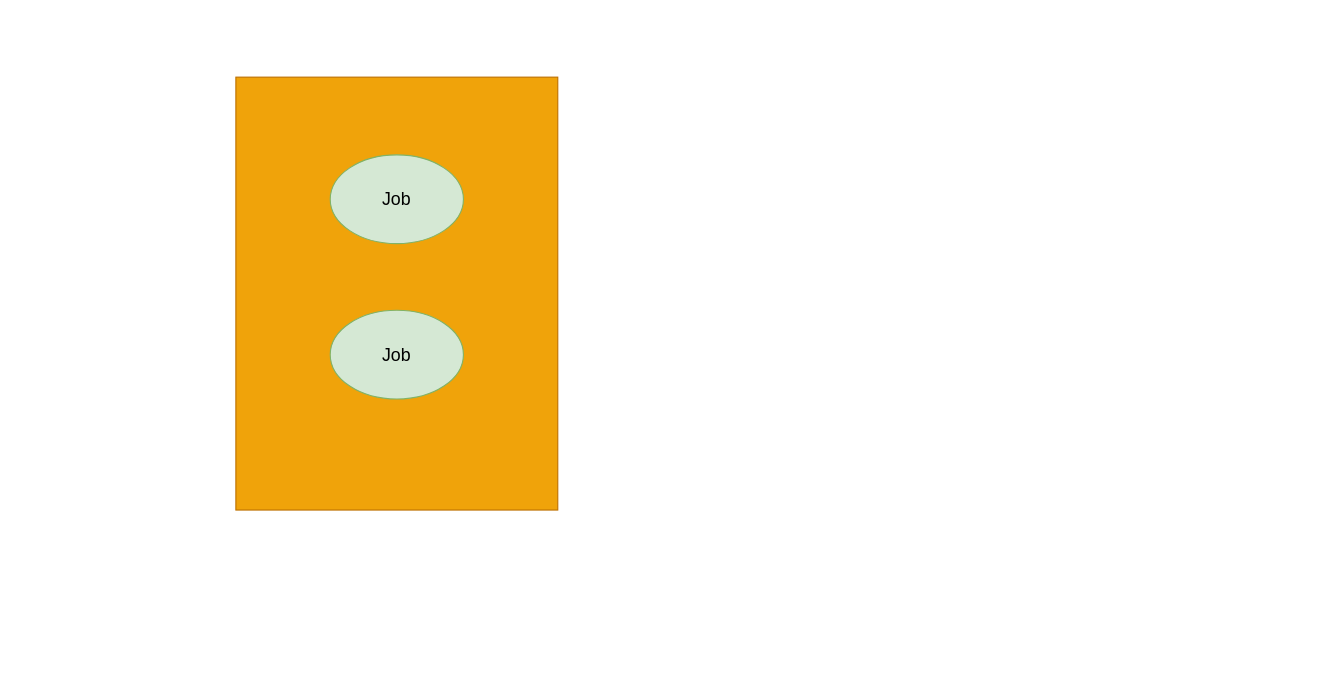
Earlier version of the draw.io diagram 大小平台.drawio (ChengziMao/diagrams). Source tidied: cells renumbered, new cells numbered last; positions are measured from the earlier drawing's top-left corner, leaving out a move shared by most shapes. Both pictures are drawn from the tidied source at 111%, with x=0, y=0 at pixel (235, 77).
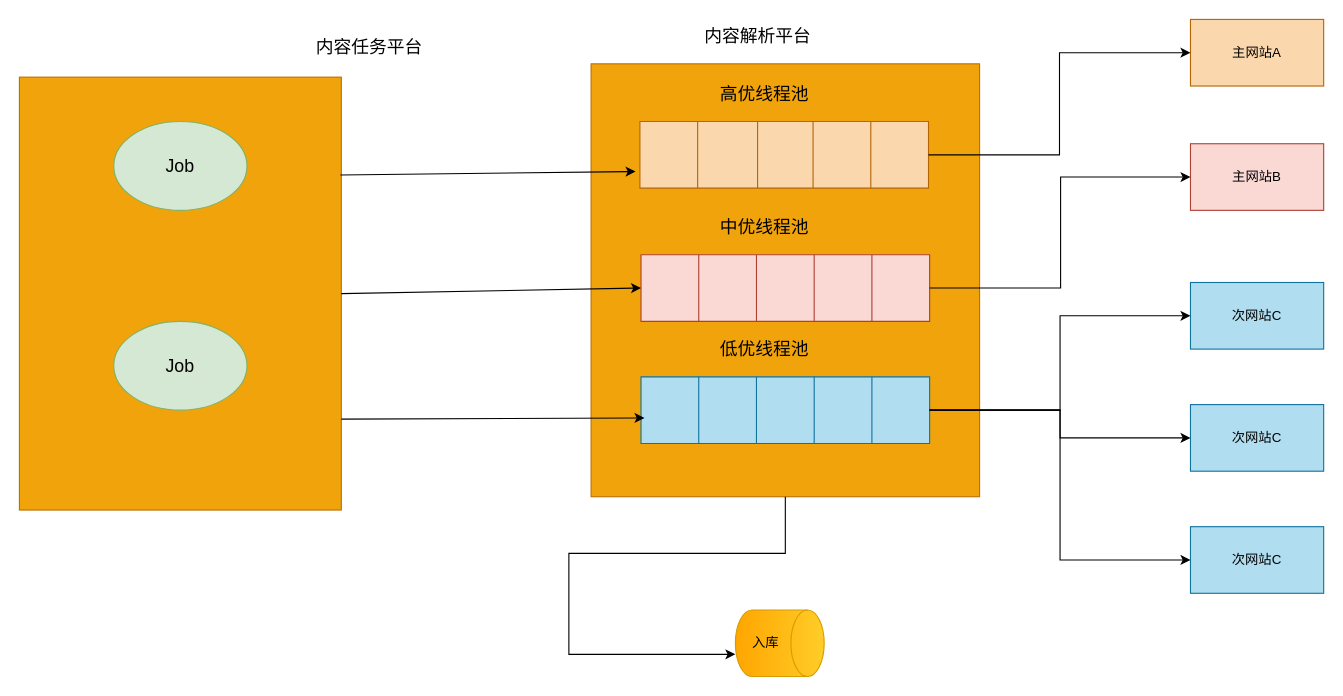
Above is the later version.

Commit message (it also covers changes not shown here):
更新大小平台.drawio

The edit, as a diff of the source:
```diff
@@
     <mxCell id="2" style="whiteSpace=wrap;html=1;fillColor=#f0a30a;fontColor=#000000;strokeColor=#BD7000;" parent="1" vertex="1">
-      <mxGeometry width="290" height="390" as="geometry" />
+      <mxGeometry x="-195" width="290" height="390" as="geometry" />
     </mxCell>
     <mxCell id="3" value="Job" style="ellipse;whiteSpace=wrap;html=1;fillColor=#d5e8d4;strokeColor=#82b366;fontSize=16;" parent="1" vertex="1">
-      <mxGeometry x="85" y="70" width="120" height="80" as="geometry" />
+      <mxGeometry x="-110" y="40" width="120" height="80" as="geometry" />
     </mxCell>
     <mxCell id="4" value="Job" style="ellipse;whiteSpace=wrap;html=1;fillColor=#d5e8d4;strokeColor=#82b366;fontSize=16;" parent="1" vertex="1">
-      <mxGeometry x="85" y="210" width="120" height="80" as="geometry" />
+      <mxGeometry x="-110" y="220" width="120" height="80" as="geometry" />
     </mxCell>
+    <mxCell id="5" style="whiteSpace=wrap;html=1;fillColor=#f0a30a;fontColor=#000000;strokeColor=#BD7000;" parent="1" vertex="1">
+      <mxGeometry x="320" y="-12" width="350" height="390" as="geometry" />
+    </mxCell>
+    <mxCell id="6" style="shape=table;startSize=0;childLayout=tableLayout;fontSize=16;fillColor=#fad7ac;strokeColor=#b46504;" parent="1" vertex="1">
+      <mxGeometry x="364" y="40" width="260" height="60" as="geometry" />
+    </mxCell>
+    <mxCell id="7" style="shape=tableRow;horizontal=0;startSize=0;swimlaneHead=0;swimlaneBody=0;strokeColor=inherit;top=0;left=0;bottom=0;right=0;fillColor=none;points=[[0,0.5],[1,0.5]];portConstraint=eastwest;fontSize=16;" parent="6" vertex="1">
+      <mxGeometry width="260" height="60" as="geometry" />
+    </mxCell>
+    <mxCell id="8" style="shape=partialRectangle;html=1;whiteSpace=wrap;strokeColor=inherit;overflow=hidden;fillColor=none;top=0;left=0;bottom=0;right=0;fontSize=16;" parent="7" vertex="1">
+      <mxGeometry width="52" height="60" as="geometry" />
+    </mxCell>
+    <mxCell id="9" style="shape=partialRectangle;html=1;whiteSpace=wrap;strokeColor=inherit;overflow=hidden;fillColor=none;top=0;left=0;bottom=0;right=0;fontSize=16;" parent="7" vertex="1">
+      <mxGeometry x="52" width="54" height="60" as="geometry" />
+    </mxCell>
+    <mxCell id="10" style="shape=partialRectangle;html=1;whiteSpace=wrap;strokeColor=inherit;overflow=hidden;fillColor=none;top=0;left=0;bottom=0;right=0;fontSize=16;" parent="7" vertex="1">
+      <mxGeometry x="106" width="50" height="60" as="geometry" />
+    </mxCell>
+    <mxCell id="11" style="shape=partialRectangle;html=1;whiteSpace=wrap;strokeColor=inherit;overflow=hidden;fillColor=none;top=0;left=0;bottom=0;right=0;fontSize=16;" parent="7" vertex="1">
+      <mxGeometry x="156" width="52" height="60" as="geometry" />
+    </mxCell>
+    <mxCell id="12" style="shape=partialRectangle;html=1;whiteSpace=wrap;strokeColor=inherit;overflow=hidden;fillColor=none;top=0;left=0;bottom=0;right=0;fontSize=16;" parent="7" vertex="1">
+      <mxGeometry x="208" width="52" height="60" as="geometry" />
+    </mxCell>
+    <mxCell id="13" style="shape=table;startSize=0;childLayout=tableLayout;fontSize=16;fillColor=#fad9d5;strokeColor=#ae4132;" parent="1" vertex="1">
+      <mxGeometry x="365" y="160" width="260" height="60" as="geometry" />
+    </mxCell>
+    <mxCell id="14" style="shape=tableRow;horizontal=0;startSize=0;swimlaneHead=0;swimlaneBody=0;strokeColor=inherit;top=0;left=0;bottom=0;right=0;fillColor=none;points=[[0,0.5],[1,0.5]];portConstraint=eastwest;fontSize=16;" parent="13" vertex="1">
+      <mxGeometry width="260" height="60" as="geometry" />
+    </mxCell>
+    <mxCell id="15" style="shape=partialRectangle;html=1;whiteSpace=wrap;strokeColor=inherit;overflow=hidden;fillColor=none;top=0;left=0;bottom=0;right=0;fontSize=16;" parent="14" vertex="1">
+      <mxGeometry width="52" height="60" as="geometry" />
+    </mxCell>
+    <mxCell id="16" style="shape=partialRectangle;html=1;whiteSpace=wrap;strokeColor=inherit;overflow=hidden;fillColor=none;top=0;left=0;bottom=0;right=0;fontSize=16;" parent="14" vertex="1">
+      <mxGeometry x="52" width="52" height="60" as="geometry" />
+    </mxCell>
+    <mxCell id="17" style="shape=partialRectangle;html=1;whiteSpace=wrap;strokeColor=inherit;overflow=hidden;fillColor=none;top=0;left=0;bottom=0;right=0;fontSize=16;" parent="14" vertex="1">
+      <mxGeometry x="104" width="52" height="60" as="geometry" />
+    </mxCell>
+    <mxCell id="18" style="shape=partialRectangle;html=1;whiteSpace=wrap;strokeColor=inherit;overflow=hidden;fillColor=none;top=0;left=0;bottom=0;right=0;fontSize=16;" parent="14" vertex="1">
+      <mxGeometry x="156" width="52" height="60" as="geometry" />
+    </mxCell>
+    <mxCell id="19" style="shape=partialRectangle;html=1;whiteSpace=wrap;strokeColor=inherit;overflow=hidden;fillColor=none;top=0;left=0;bottom=0;right=0;fontSize=16;" parent="14" vertex="1">
+      <mxGeometry x="208" width="52" height="60" as="geometry" />
+    </mxCell>
+    <mxCell id="20" style="shape=table;startSize=0;childLayout=tableLayout;fontSize=16;fillColor=#b1ddf0;strokeColor=#10739e;" parent="1" vertex="1">
+      <mxGeometry x="365" y="270" width="260" height="60" as="geometry" />
+    </mxCell>
+    <mxCell id="21" style="shape=tableRow;horizontal=0;startSize=0;swimlaneHead=0;swimlaneBody=0;strokeColor=inherit;top=0;left=0;bottom=0;right=0;fillColor=none;points=[[0,0.5],[1,0.5]];portConstraint=eastwest;fontSize=16;" parent="20" vertex="1">
+      <mxGeometry width="260" height="60" as="geometry" />
+    </mxCell>
+    <mxCell id="22" style="shape=partialRectangle;html=1;whiteSpace=wrap;strokeColor=inherit;overflow=hidden;fillColor=none;top=0;left=0;bottom=0;right=0;fontSize=16;" parent="21" vertex="1">
+      <mxGeometry width="52" height="60" as="geometry" />
+    </mxCell>
+    <mxCell id="23" style="shape=partialRectangle;html=1;whiteSpace=wrap;strokeColor=inherit;overflow=hidden;fillColor=none;top=0;left=0;bottom=0;right=0;fontSize=16;" parent="21" vertex="1">
+      <mxGeometry x="52" width="52" height="60" as="geometry" />
+    </mxCell>
+    <mxCell id="24" style="shape=partialRectangle;html=1;whiteSpace=wrap;strokeColor=inherit;overflow=hidden;fillColor=none;top=0;left=0;bottom=0;right=0;fontSize=16;" parent="21" vertex="1">
+      <mxGeometry x="104" width="52" height="60" as="geometry" />
+    </mxCell>
+    <mxCell id="25" style="shape=partialRectangle;html=1;whiteSpace=wrap;strokeColor=inherit;overflow=hidden;fillColor=none;top=0;left=0;bottom=0;right=0;fontSize=16;" parent="21" vertex="1">
+      <mxGeometry x="156" width="52" height="60" as="geometry" />
+    </mxCell>
+    <mxCell id="26" style="shape=partialRectangle;html=1;whiteSpace=wrap;strokeColor=inherit;overflow=hidden;fillColor=none;top=0;left=0;bottom=0;right=0;fontSize=16;" parent="21" vertex="1">
+      <mxGeometry x="208" width="52" height="60" as="geometry" />
+    </mxCell>
+    <mxCell id="27" value="内容任务平台" style="text;html=1;align=center;verticalAlign=middle;strokeColor=none;fillColor=none;fontSize=16;" parent="1" vertex="1">
+      <mxGeometry x="60" y="-42" width="120" height="30" as="geometry" />
+    </mxCell>
+    <mxCell id="28" style="endArrow=classic;html=1;rounded=0;entryX=-0.015;entryY=0.75;entryDx=0;entryDy=0;entryPerimeter=0;exitX=0.997;exitY=0.226;exitDx=0;exitDy=0;exitPerimeter=0;" parent="1" edge="1" source="2" target="7">
+      <mxGeometry relative="1" as="geometry" />
+    </mxCell>
+    <mxCell id="29" style="endArrow=classic;html=1;rounded=0;entryX=0.012;entryY=0.617;entryDx=0;entryDy=0;entryPerimeter=0;exitX=1;exitY=0.79;exitDx=0;exitDy=0;exitPerimeter=0;" parent="1" edge="1" source="2" target="21">
+      <mxGeometry relative="1" as="geometry" />
+    </mxCell>
+    <mxCell id="30" style="endArrow=classic;html=1;rounded=0;exitX=1;exitY=0.5;exitDx=0;exitDy=0;entryX=0;entryY=0.5;entryDx=0;entryDy=0;" parent="1" edge="1" source="2" target="14">
+      <mxGeometry relative="1" as="geometry" />
+    </mxCell>
+    <mxCell id="31" value="内容解析平台" style="text;html=1;align=center;verticalAlign=middle;strokeColor=none;fillColor=none;fontSize=16;" parent="1" vertex="1">
+      <mxGeometry x="410" y="-52" width="120" height="30" as="geometry" />
+    </mxCell>
+    <mxCell id="32" value="高优线程池" style="text;html=1;align=center;verticalAlign=middle;whiteSpace=wrap;rounded=0;fontSize=16;" parent="1" vertex="1">
+      <mxGeometry x="410" width="133" height="30" as="geometry" />
+    </mxCell>
+    <mxCell id="33" value="中优线程池" style="text;html=1;align=center;verticalAlign=middle;whiteSpace=wrap;rounded=0;fontSize=16;" parent="1" vertex="1">
+      <mxGeometry x="410" y="120" width="133" height="30" as="geometry" />
+    </mxCell>
+    <mxCell id="34" value="低优线程池" style="text;html=1;align=center;verticalAlign=middle;whiteSpace=wrap;rounded=0;fontSize=16;" parent="1" vertex="1">
+      <mxGeometry x="410" y="230" width="133" height="30" as="geometry" />
+    </mxCell>
+    <mxCell id="35" value="主网站A" style="rounded=0;whiteSpace=wrap;html=1;fillColor=#fad7ac;strokeColor=#b46504;" parent="1" vertex="1">
+      <mxGeometry x="860" y="-52" width="120" height="60" as="geometry" />
+    </mxCell>
+    <mxCell id="36" value="主网站B" style="rounded=0;whiteSpace=wrap;html=1;fillColor=#fad9d5;strokeColor=#ae4132;" parent="1" vertex="1">
+      <mxGeometry x="860" y="60" width="120" height="60" as="geometry" />
+    </mxCell>
+    <mxCell id="37" style="edgeStyle=orthogonalEdgeStyle;rounded=0;jettySize=auto;html=1;entryX=0;entryY=0.5;entryDx=0;entryDy=0;" parent="1" edge="1" source="14" target="36">
+      <mxGeometry relative="1" as="geometry">
+        <Array as="points">
+          <mxPoint x="743" y="190" />
+          <mxPoint x="743" y="90" />
+          <mxPoint x="860" y="90" />
+        </Array>
+      </mxGeometry>
+    </mxCell>
+    <mxCell id="38" value="次网站C" style="rounded=0;whiteSpace=wrap;html=1;fillColor=#b1ddf0;strokeColor=#10739e;" parent="1" vertex="1">
+      <mxGeometry x="860" y="185" width="120" height="60" as="geometry" />
+    </mxCell>
+    <mxCell id="39" value="次网站C" style="rounded=0;whiteSpace=wrap;html=1;fillColor=#b1ddf0;strokeColor=#10739e;" parent="1" vertex="1">
+      <mxGeometry x="860" y="295" width="120" height="60" as="geometry" />
+    </mxCell>
+    <mxCell id="40" value="次网站C" style="rounded=0;whiteSpace=wrap;html=1;fillColor=#b1ddf0;strokeColor=#10739e;" parent="1" vertex="1">
+      <mxGeometry x="860" y="405" width="120" height="60" as="geometry" />
+    </mxCell>
+    <mxCell id="41" style="edgeStyle=orthogonalEdgeStyle;rounded=0;jettySize=auto;html=1;entryX=0;entryY=0.5;entryDx=0;entryDy=0;" parent="1" edge="1" source="21" target="38">
+      <mxGeometry relative="1" as="geometry" />
+    </mxCell>
+    <mxCell id="42" style="edgeStyle=orthogonalEdgeStyle;rounded=0;jettySize=auto;html=1;" parent="1" edge="1" source="21" target="39">
+      <mxGeometry relative="1" as="geometry" />
+    </mxCell>
+    <mxCell id="43" style="edgeStyle=orthogonalEdgeStyle;rounded=0;jettySize=auto;html=1;entryX=0;entryY=0.5;entryDx=0;entryDy=0;" parent="1" edge="1" source="21" target="40">
+      <mxGeometry relative="1" as="geometry" />
+    </mxCell>
+    <mxCell id="44" value="入库" style="shape=cylinder3;whiteSpace=wrap;html=1;boundedLbl=1;backgroundOutline=1;size=15;direction=south;fillColor=#ffcd28;strokeColor=#d79b00;gradientColor=#ffa500;" parent="1" vertex="1">
+      <mxGeometry x="450" y="480" width="80" height="60" as="geometry" />
+    </mxCell>
+    <mxCell id="45" style="edgeStyle=orthogonalEdgeStyle;rounded=0;jettySize=auto;html=1;entryX=0.667;entryY=1;entryDx=0;entryDy=0;entryPerimeter=0;" parent="1" edge="1" source="5" target="44">
+      <mxGeometry relative="1" as="geometry" />
+    </mxCell>
+    <mxCell id="46" style="edgeStyle=orthogonalEdgeStyle;rounded=0;jettySize=auto;html=1;entryX=0;entryY=0.5;entryDx=0;entryDy=0;" parent="1" edge="1" source="7" target="35">
+      <mxGeometry relative="1" as="geometry" />
+    </mxCell>
```
